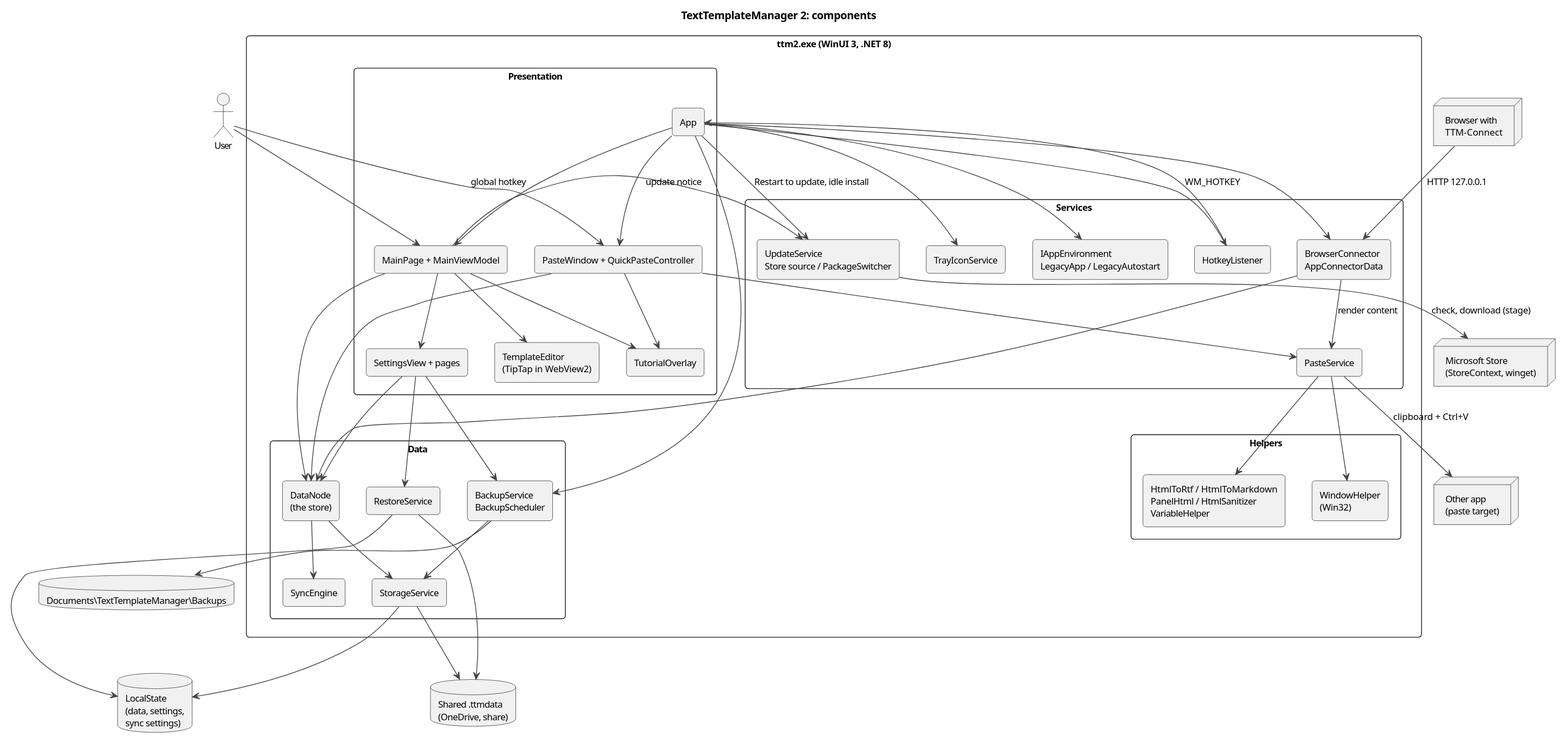
Above: docs/architecture/diagrams/component-overview.svg in halatsWol/TextTemplateManager-v2 (PlantUML), before the change.
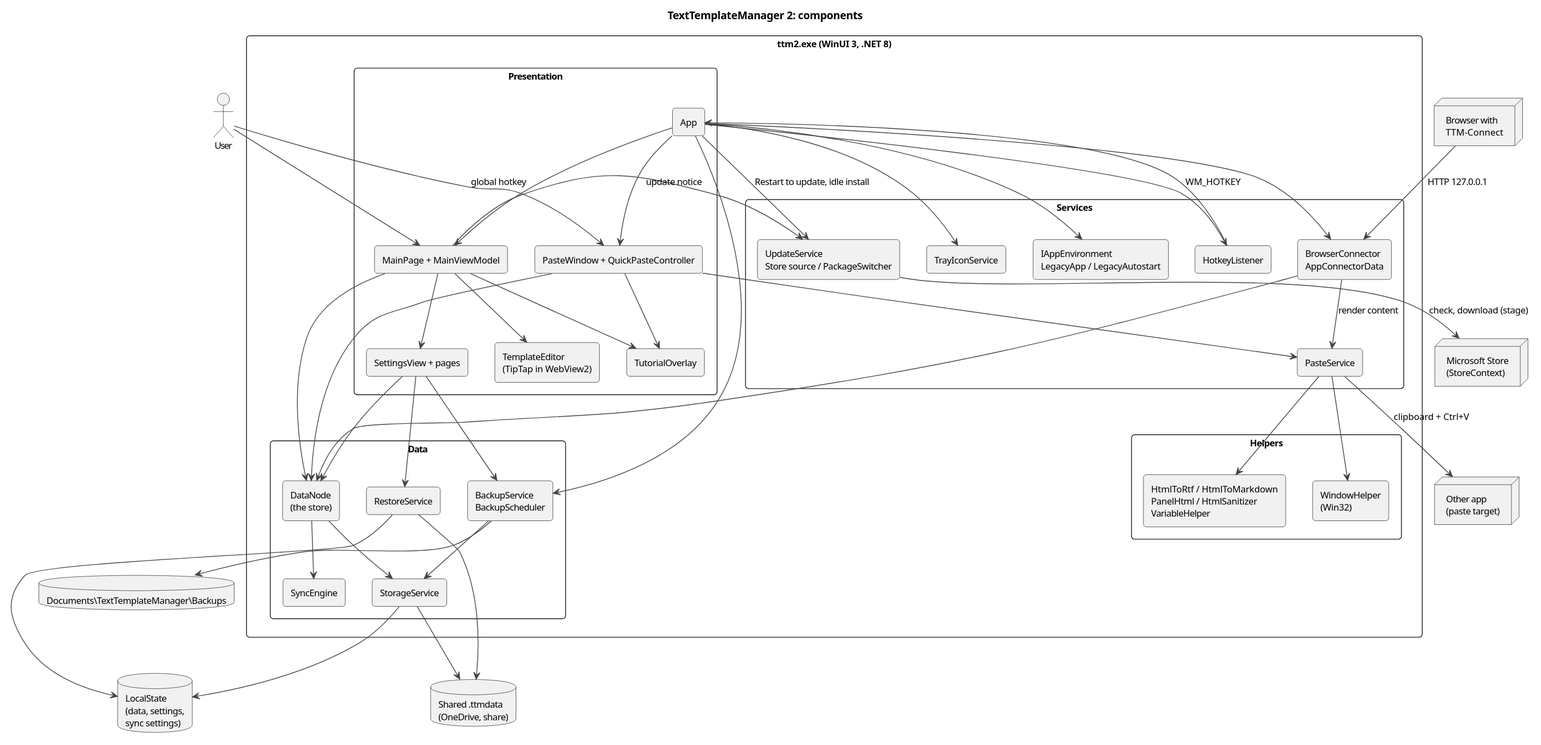
After the commit.

What changed in the source:
```diff
@@ -39,7 +39,7 @@
 database "LocalState\n(data, settings,\nsync settings)" as Files
 database "Documents\\TextTemplateManager\\Backups" as Backups
 database "Shared .ttmdata\n(OneDrive, share)" as SyncFiles
-node "Microsoft Store\n(StoreContext, winget)" as StoreSvc
+node "Microsoft Store\n(StoreContext)" as StoreSvc
 
 User --> Main
 User --> QP : global hotkey
```
